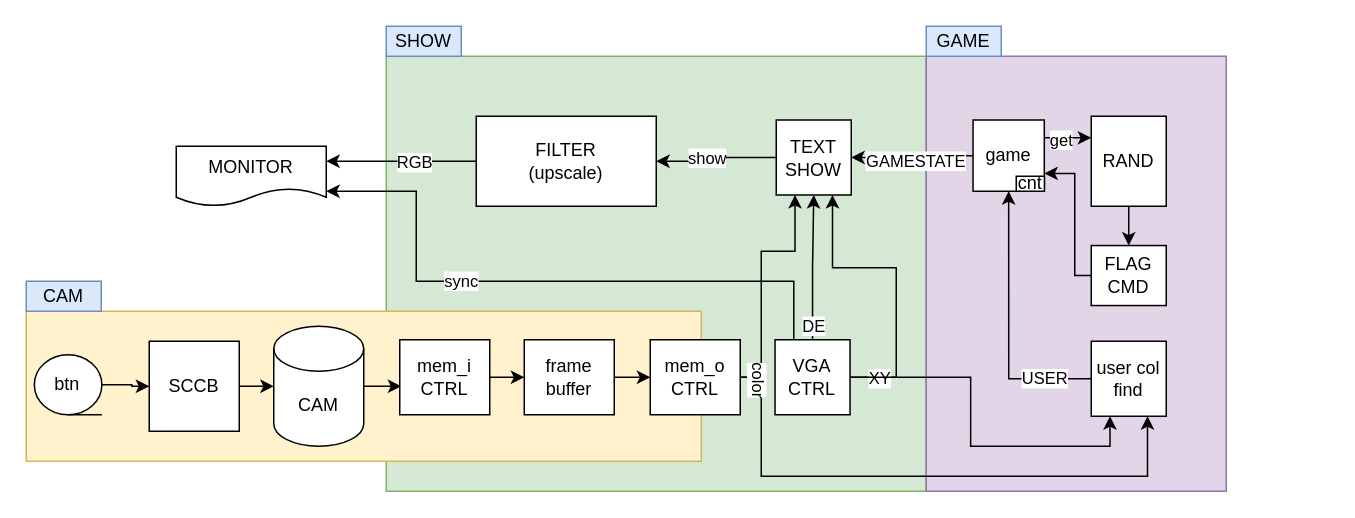
The draw.io diagram page "Project design" (1 of 4) of doc/SystenArchitecture.drawio in cong2738/FlagGame, before the edit. Source tidied: cells renumbered, new cells numbered last; positions are measured from the earlier drawing's top-left corner, leaving out a move shared by most shapes. Both pictures are drawn from the tidied source at 150%, with x=0, y=0 at pixel (26, 26).
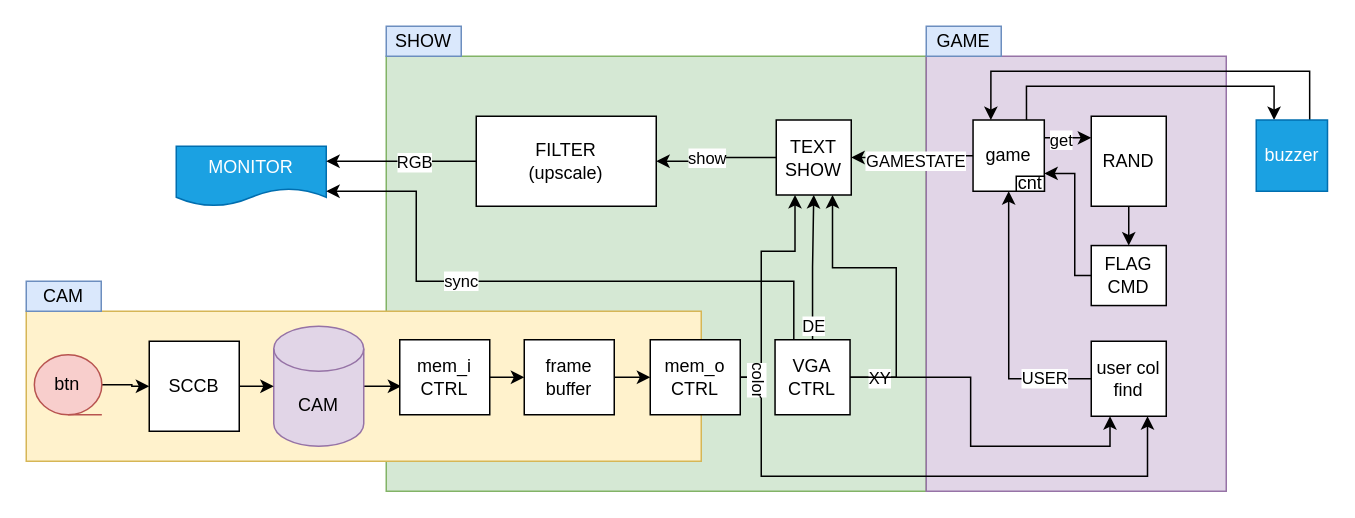
The same diagram, later.

The change refers to these unchanged cells:
```xml
<mxCell id="40" value="game" style="whiteSpace=wrap;html=1;" parent="1" vertex="1">
  <mxGeometry x="631.2" y="62.5" width="47.5" height="47.5" as="geometry" />
</mxCell>
```

The edit, as a diff of the source:
```diff
@@
-    <mxCell id="4" value="MONITOR" style="shape=document;whiteSpace=wrap;html=1;boundedLbl=1;" parent="1" vertex="1">
+    <mxCell id="4" value="MONITOR" style="shape=document;whiteSpace=wrap;html=1;boundedLbl=1;fillColor=#1ba1e2;strokeColor=#006EAF;fontColor=#ffffff;" parent="1" vertex="1">
       <mxGeometry x="100" y="80" width="100" height="40" as="geometry" />
     </mxCell>
@@
-    <mxCell id="35" value="btn" style="shape=tapeData;whiteSpace=wrap;html=1;perimeter=ellipsePerimeter;" parent="1" vertex="1">
+    <mxCell id="35" value="btn" style="shape=tapeData;whiteSpace=wrap;html=1;perimeter=ellipsePerimeter;fillColor=#f8cecc;strokeColor=#b85450;" parent="1" vertex="1">
       <mxGeometry x="5.4" y="219" width="45" height="40" as="geometry" />
     </mxCell>
@@
-    <mxCell id="38" value="CAM" style="shape=cylinder3;whiteSpace=wrap;html=1;boundedLbl=1;backgroundOutline=1;size=15;" parent="1" vertex="1">
+    <mxCell id="38" value="CAM" style="shape=cylinder3;whiteSpace=wrap;html=1;boundedLbl=1;backgroundOutline=1;size=15;fillColor=#e1d5e7;strokeColor=#9673a6;" parent="1" vertex="1">
       <mxGeometry x="165" y="200" width="60" height="80" as="geometry" />
     </mxCell>
@@
+    <mxCell id="51" style="edgeStyle=orthogonalEdgeStyle;html=1;entryX=0.25;entryY=0;entryDx=0;entryDy=0;rounded=0;curved=0;exitX=0.75;exitY=0;exitDx=0;exitDy=0;" parent="1" edge="1" source="53" target="40">
+      <mxGeometry relative="1" as="geometry">
+        <Array as="points">
+          <mxPoint x="856" y="30" />
+          <mxPoint x="643" y="30" />
+        </Array>
+      </mxGeometry>
+    </mxCell>
+    <mxCell id="52" style="edgeStyle=orthogonalEdgeStyle;html=1;exitX=0.75;exitY=0;exitDx=0;exitDy=0;rounded=0;curved=0;entryX=0.25;entryY=0;entryDx=0;entryDy=0;" parent="1" edge="1" source="40" target="53">
+      <mxGeometry relative="1" as="geometry">
+        <Array as="points">
+          <mxPoint x="667" y="40" />
+          <mxPoint x="832" y="40" />
+          <mxPoint x="832" y="63" />
+        </Array>
+      </mxGeometry>
+    </mxCell>
+    <mxCell id="53" value="buzzer" style="whiteSpace=wrap;html=1;fillColor=#1ba1e2;fontColor=#ffffff;strokeColor=#006EAF;" parent="1" vertex="1">
+      <mxGeometry x="820" y="62.5" width="47.5" height="47.5" as="geometry" />
+    </mxCell>
```
